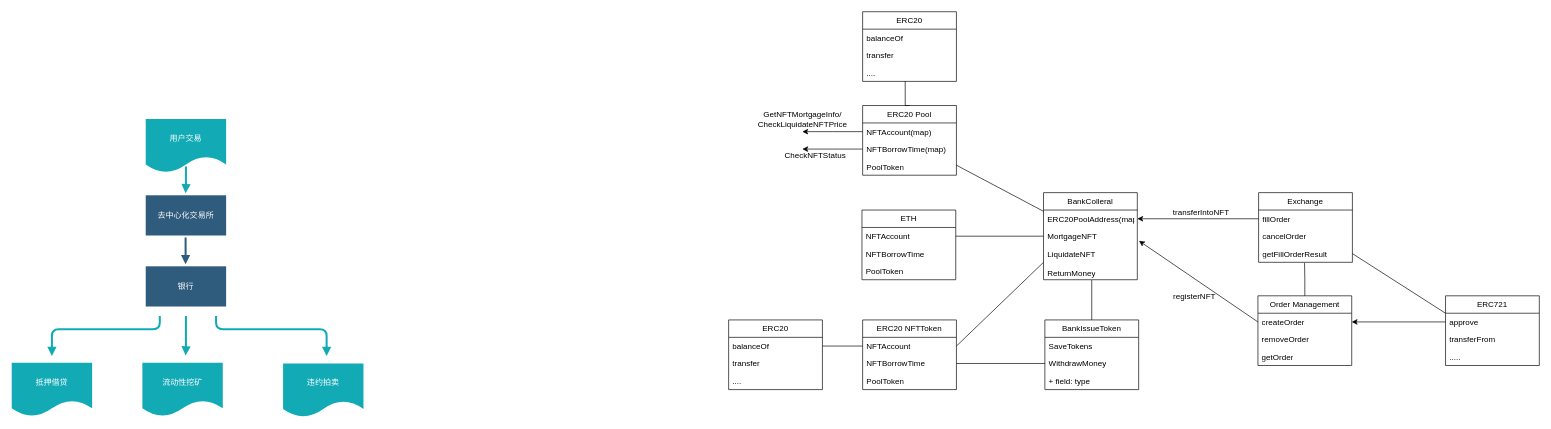
Before: 未命名绘图.drawio in Adamlixi/adamblog.github.io, a draw.io diagram. Source tidied: cells renumbered, new cells numbered last; positions are measured from the earlier drawing's top-left corner, leaving out a move shared by most shapes. Both pictures are drawn from the tidied source at 67%, with x=0, y=0 at pixel (11, 11).
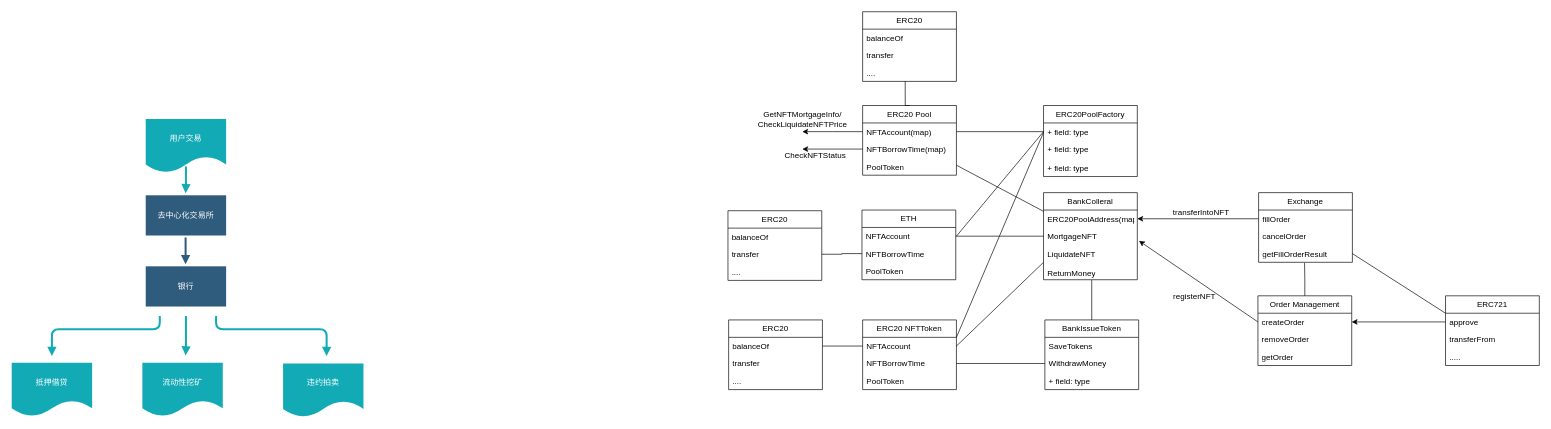
The same page after the edit.

Commit message:
更新未命名绘图.drawio

Unchanged cells that the change refers to:
```xml
<mxCell id="17" value="NFTAccount(map)" style="text;strokeColor=none;fillColor=none;align=left;verticalAlign=top;spacingLeft=4;spacingRight=4;overflow=hidden;points=[[0,0.5],[1,0.5]];portConstraint=eastwest;whiteSpace=wrap;html=1;" parent="15" vertex="1">
  <mxGeometry y="26" width="140" height="26" as="geometry" />
</mxCell>
<mxCell id="27" value="NFTBorrowTime" style="text;strokeColor=none;fillColor=none;align=left;verticalAlign=top;spacingLeft=4;spacingRight=4;overflow=hidden;points=[[0,0.5],[1,0.5]];portConstraint=eastwest;whiteSpace=wrap;html=1;" parent="25" vertex="1">
  <mxGeometry y="52" width="140" height="26" as="geometry" />
</mxCell>
<mxCell id="29" value="ERC20 NFTToken" style="swimlane;fontStyle=0;horizontal=1;startSize=26;fillColor=none;whiteSpace=wrap;html=1;" parent="1" vertex="1">
  <mxGeometry x="1270" y="460" width="140" height="104" as="geometry" />
</mxCell>
```

Change to the diagram source:
```diff
@@
+    <mxCell id="71" style="rounded=0;jettySize=auto;html=1;exitX=1;exitY=0.25;exitDx=0;exitDy=0;endArrow=none;endFill=0;" parent="1" edge="1" source="29">
+      <mxGeometry relative="1" as="geometry">
+        <mxPoint x="1540" y="180" as="targetPoint" />
+      </mxGeometry>
+    </mxCell>
@@
+    <mxCell id="72" value="ERC20PoolFactory" style="swimlane;fontStyle=0;horizontal=1;startSize=26;fillColor=none;whiteSpace=wrap;html=1;" parent="1" vertex="1">
+      <mxGeometry x="1540" y="140" width="140" height="106" as="geometry" />
+    </mxCell>
+    <mxCell id="73" value="+ field: type" style="text;strokeColor=none;fillColor=none;align=left;verticalAlign=top;spacingLeft=4;spacingRight=4;overflow=hidden;points=[[0,0.5],[1,0.5]];portConstraint=eastwest;whiteSpace=wrap;html=1;" parent="72" vertex="1">
+      <mxGeometry y="26" width="140" height="26" as="geometry" />
+    </mxCell>
+    <mxCell id="74" value="+ field: type" style="text;strokeColor=none;fillColor=none;align=left;verticalAlign=top;spacingLeft=4;spacingRight=4;overflow=hidden;whiteSpace=wrap;html=1;" parent="72" vertex="1">
+      <mxGeometry y="52" width="140" height="28" as="geometry" />
+    </mxCell>
+    <mxCell id="75" value="+ field: type" style="text;strokeColor=none;fillColor=none;align=left;verticalAlign=top;spacingLeft=4;spacingRight=4;overflow=hidden;whiteSpace=wrap;html=1;" parent="72" vertex="1">
+      <mxGeometry y="80" width="140" height="26" as="geometry" />
+    </mxCell>
+    <mxCell id="76" style="edgeStyle=orthogonalEdgeStyle;rounded=0;jettySize=auto;html=1;exitX=1;exitY=0.5;exitDx=0;exitDy=0;entryX=0;entryY=0.5;entryDx=0;entryDy=0;endArrow=none;endFill=0;" parent="1" edge="1" source="17" target="73">
+      <mxGeometry relative="1" as="geometry" />
+    </mxCell>
+    <mxCell id="77" style="rounded=0;jettySize=auto;html=1;entryX=0;entryY=0.5;entryDx=0;entryDy=0;endArrow=none;endFill=0;" parent="1" edge="1" target="73">
+      <mxGeometry relative="1" as="geometry">
+        <mxPoint x="1410" y="335" as="sourcePoint" />
+      </mxGeometry>
+    </mxCell>
+    <mxCell id="78" value="ERC20" style="swimlane;fontStyle=0;horizontal=1;startSize=26;fillColor=none;whiteSpace=wrap;html=1;" parent="1" vertex="1">
+      <mxGeometry x="1069" y="297" width="140" height="104" as="geometry" />
+    </mxCell>
+    <mxCell id="79" value="balanceOf" style="text;strokeColor=none;fillColor=none;align=left;verticalAlign=top;spacingLeft=4;spacingRight=4;overflow=hidden;whiteSpace=wrap;html=1;" parent="78" vertex="1">
+      <mxGeometry y="26" width="140" height="26" as="geometry" />
+    </mxCell>
+    <mxCell id="80" value="transfer" style="text;strokeColor=none;fillColor=none;align=left;verticalAlign=top;spacingLeft=4;spacingRight=4;overflow=hidden;points=[[0,0.5],[1,0.5]];portConstraint=eastwest;whiteSpace=wrap;html=1;" parent="78" vertex="1">
+      <mxGeometry y="52" width="140" height="26" as="geometry" />
+    </mxCell>
+    <mxCell id="81" value="...." style="text;strokeColor=none;fillColor=none;align=left;verticalAlign=top;spacingLeft=4;spacingRight=4;overflow=hidden;whiteSpace=wrap;html=1;" parent="78" vertex="1">
+      <mxGeometry y="78" width="140" height="26" as="geometry" />
+    </mxCell>
+    <mxCell id="82" style="edgeStyle=orthogonalEdgeStyle;rounded=0;jettySize=auto;html=1;entryX=0;entryY=0.5;entryDx=0;entryDy=0;endArrow=none;endFill=0;" parent="1" edge="1" source="80" target="27">
+      <mxGeometry relative="1" as="geometry" />
+    </mxCell>
```
